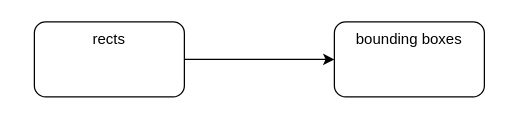
Before: page "sequence" (2 of 3) of guitarvydas/2021-08-20-jam0001.drawio in langjam/jam0001, a draw.io diagram. Source tidied: cells renumbered, new cells numbered last; positions are measured from the earlier drawing's top-left corner, leaving out a move shared by most shapes. Both pictures are drawn from the tidied source at 125%, with x=0, y=0 at pixel (34, 21).
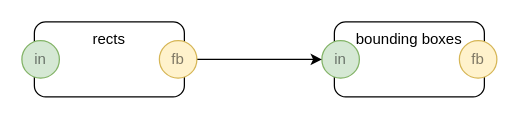
The same diagram, later.

What changed in the source:
```diff
@@
 <mxGraphModel>
   <root>
-    <mxCell id="0" />
-    <mxCell id="1" parent="0" />
-    <mxCell id="2" style="edgeStyle=orthogonalEdgeStyle;rounded=0;jettySize=auto;html=1;exitX=1;exitY=0.5;exitDx=0;exitDy=0;" parent="1" edge="1" source="3" target="4">
-      <mxGeometry relative="1" as="geometry" />
-    </mxCell>
+    <mxCell id="5" />
+    <mxCell id="6" parent="5" />
-    <mxCell id="3" value="rects" style="rounded=1;whiteSpace=wrap;html=1;verticalAlign=top;" parent="1" vertex="1">
+    <mxCell id="3" value="rects" style="rounded=1;whiteSpace=wrap;html=1;verticalAlign=top;" parent="6" vertex="1">
       <mxGeometry width="120" height="60" as="geometry" />
     </mxCell>
-    <mxCell id="4" value="bounding boxes" style="rounded=1;whiteSpace=wrap;html=1;verticalAlign=top;" parent="1" vertex="1">
+    <mxCell id="4" value="bounding boxes" style="rounded=1;whiteSpace=wrap;html=1;verticalAlign=top;" parent="6" vertex="1">
       <mxGeometry x="240" width="120" height="60" as="geometry" />
     </mxCell>
+    <mxCell id="7" value="in" style="ellipse;whiteSpace=wrap;html=1;fillColor=#d5e8d4;align=center;strokeColor=#82b366;textOpacity=50;" parent="6" vertex="1">
+      <mxGeometry x="-10" y="15" width="30" height="30" as="geometry" />
+    </mxCell>
+    <mxCell id="8" value="in" style="ellipse;whiteSpace=wrap;html=1;fillColor=#d5e8d4;align=center;strokeColor=#82b366;textOpacity=50;" parent="6" vertex="1">
+      <mxGeometry x="230" y="15" width="30" height="30" as="geometry" />
+    </mxCell>
+    <mxCell id="9" style="edgeStyle=orthogonalEdgeStyle;rounded=0;jettySize=auto;html=1;entryX=0;entryY=0.5;entryDx=0;entryDy=0;" parent="6" edge="1" source="10" target="8">
+      <mxGeometry relative="1" as="geometry" />
+    </mxCell>
+    <mxCell id="10" value="fb" style="ellipse;whiteSpace=wrap;html=1;fillColor=#fff2cc;align=center;strokeColor=#d6b656;textOpacity=50;" parent="6" vertex="1">
+      <mxGeometry x="100" y="15" width="30" height="30" as="geometry" />
+    </mxCell>
+    <mxCell id="11" value="fb" style="ellipse;whiteSpace=wrap;html=1;fillColor=#fff2cc;align=center;strokeColor=#d6b656;textOpacity=50;" parent="6" vertex="1">
+      <mxGeometry x="340" y="15" width="30" height="30" as="geometry" />
+    </mxCell>
   </root>
 </mxGraphModel>
```
